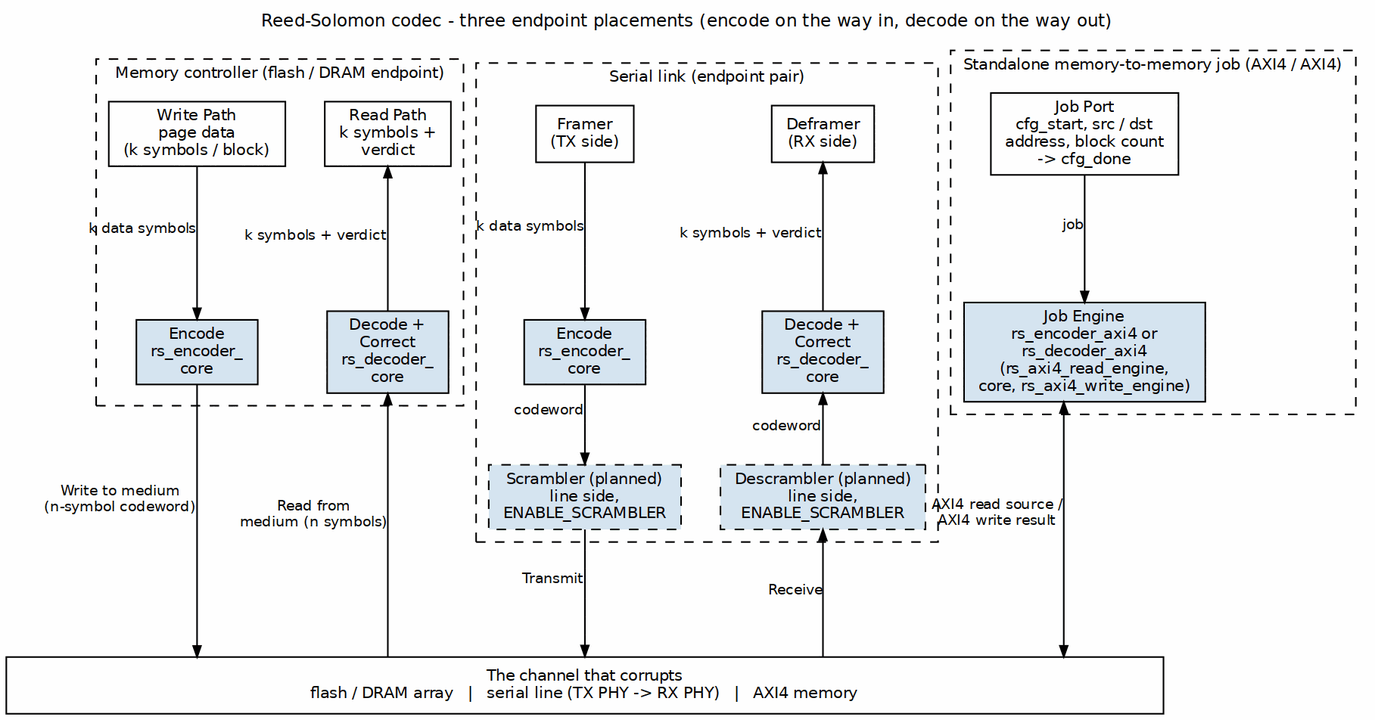
This is projects/components/ecc-ip/reed-solomon/docs/reed_solomon_has/assets/graphviz/rs_system_context.png from sean-galloway/RTLDesignSherpa, a Graphviz export, as it was before one commit. Its source is kept beside it as projects/components/ecc-ip/reed-solomon/docs/reed_solomon_has/assets/graphviz/rs_system_context.dot.
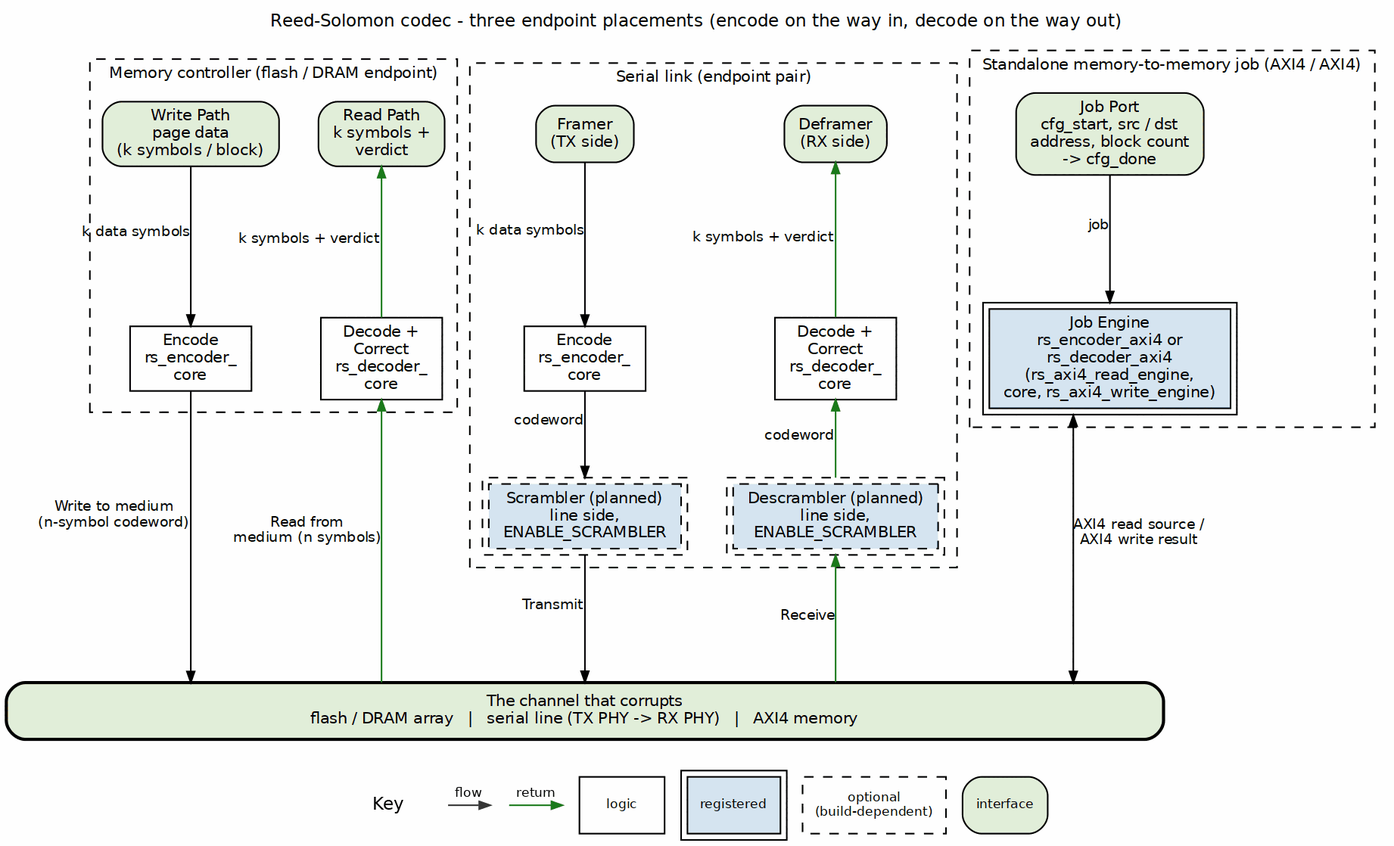
Above is the later version.

The edit, as a diff of the source:
```diff
@@ -3,46 +3,46 @@
            nodesep="0.35", ranksep="0.55", splines=ortho, newrank=true,
            labelloc=t, labeljust=c];
     node  [fontname="Helvetica", fontsize=10, shape=box, style=filled,
-           fillcolor="#D6E4F0", color="black", margin="0.12,0.06"];
+           fillcolor="white", color="black", margin="0.12,0.06"];
     edge  [fontname="Helvetica", fontsize=9, color="black", arrowsize=0.7];
     label="Reed-Solomon codec - three endpoint placements (encode on the way in, decode on the way out)";
 
     subgraph cluster_mc {
         label="Memory controller (flash / DRAM endpoint)"; style=dashed; fontsize=10;
-        mc_wr  [label="Write Path\npage data\n(k symbols / block)", fillcolor="white", group=A];
-        mc_rd  [label="Read Path\nk symbols +\nverdict", fillcolor="white", group=B];
-        mc_enc [label="Encode\nrs_encoder_\ncore", group=A];
-        mc_dec [label="Decode +\nCorrect\nrs_decoder_\ncore", group=B];
+        mc_wr  [label="Write Path\npage data\n(k symbols / block)", fillcolor="white", group=A, style="rounded,filled", fillcolor="#E2EFDA"];
+        mc_rd  [label="Read Path\nk symbols +\nverdict", fillcolor="white", group=B, style="rounded,filled", fillcolor="#E2EFDA"];
+        mc_enc [label="Encode\nrs_encoder_\ncore", group=A, style="filled", fillcolor="white"];
+        mc_dec [label="Decode +\nCorrect\nrs_decoder_\ncore", group=B, style="filled", fillcolor="white"];
     }
     subgraph cluster_tc {
         label="Serial link (endpoint pair)"; style=dashed; fontsize=10;
-        tc_fr  [label="Framer\n(TX side)", fillcolor="white", group=C];
-        tc_df  [label="Deframer\n(RX side)", fillcolor="white", group=D];
-        tc_enc [label="Encode\nrs_encoder_\ncore", group=C];
-        tc_dec [label="Decode +\nCorrect\nrs_decoder_\ncore", group=D];
-        tc_scr [label="Scrambler (planned)\nline side,\nENABLE_SCRAMBLER", style="filled,dashed", group=C];
-        tc_dsc [label="Descrambler (planned)\nline side,\nENABLE_SCRAMBLER", style="filled,dashed", group=D];
+        tc_fr  [label="Framer\n(TX side)", fillcolor="white", group=C, style="rounded,filled", fillcolor="#E2EFDA"];
+        tc_df  [label="Deframer\n(RX side)", fillcolor="white", group=D, style="rounded,filled", fillcolor="#E2EFDA"];
+        tc_enc [label="Encode\nrs_encoder_\ncore", group=C, style="filled", fillcolor="white"];
+        tc_dec [label="Decode +\nCorrect\nrs_decoder_\ncore", group=D, style="filled", fillcolor="white"];
+        tc_scr [label="Scrambler (planned)\nline side,\nENABLE_SCRAMBLER", style="filled,dashed", group=C, peripheries=2, style="filled,dashed", fillcolor="#D6E4F0"];
+        tc_dsc [label="Descrambler (planned)\nline side,\nENABLE_SCRAMBLER", style="filled,dashed", group=D, peripheries=2, style="filled,dashed", fillcolor="#D6E4F0"];
     }
     subgraph cluster_sa {
         label="Standalone memory-to-memory job (AXI4 / AXI4)"; style=dashed; fontsize=10;
-        sa_cfg [label="Job Port\ncfg_start, src / dst\naddress, block count\n-> cfg_done", fillcolor="white", group=E];
-        sa_top [label="Job Engine\nrs_encoder_axi4 or\nrs_decoder_axi4\n(rs_axi4_read_engine,\ncore, rs_axi4_write_engine)", group=E];
+        sa_cfg [label="Job Port\ncfg_start, src / dst\naddress, block count\n-> cfg_done", fillcolor="white", group=E, style="rounded,filled", fillcolor="#E2EFDA"];
+        sa_top [label="Job Engine\nrs_encoder_axi4 or\nrs_decoder_axi4\n(rs_axi4_read_engine,\ncore, rs_axi4_write_engine)", group=E, peripheries=2, style="filled", fillcolor="#D6E4F0"];
     }
 
     bar [label="The channel that corrupts\nflash / DRAM array   |   serial line (TX PHY -> RX PHY)   |   AXI4 memory",
-         fillcolor="white", width=10.2];
+         fillcolor="white", width=10.2, style="rounded,filled,bold", fillcolor="#E2EFDA"];
 
     mc_wr  -> mc_enc [minlen=2, xlabel="k data symbols"];
     mc_enc -> bar    [minlen=3, xlabel="Write to medium\n(n-symbol codeword)"];
-    mc_dec -> bar    [minlen=3, dir=back, xlabel="Read from\nmedium (n symbols)"];
-    mc_rd  -> mc_dec [dir=back, xlabel="k symbols + verdict"];
+    mc_dec -> bar    [color="#1A7A1A", minlen=3, dir=back, xlabel="Read from\nmedium (n symbols)"];
+    mc_rd  -> mc_dec [color="#1A7A1A", dir=back, xlabel="k symbols + verdict"];
 
     tc_fr  -> tc_enc [minlen=2, xlabel="k data symbols"];
     tc_enc -> tc_scr [xlabel="codeword"];
     tc_scr -> bar    [minlen=2, xlabel="Transmit"];
-    tc_dec -> tc_dsc [dir=back, xlabel="codeword"];
-    tc_dsc -> bar    [minlen=2, dir=back, xlabel="Receive"];
-    tc_df  -> tc_dec [dir=back, xlabel="k symbols + verdict"];
+    tc_dec -> tc_dsc [color="#1A7A1A", dir=back, xlabel="codeword"];
+    tc_dsc -> bar    [color="#1A7A1A", minlen=2, dir=back, xlabel="Receive"];
+    tc_df  -> tc_dec [color="#1A7A1A", dir=back, xlabel="k symbols + verdict"];
 
     sa_cfg -> sa_top [minlen=2, xlabel="job"];
     sa_top -> bar    [minlen=3, dir=both, xlabel="AXI4 read source /\nAXI4 write result"];
```
